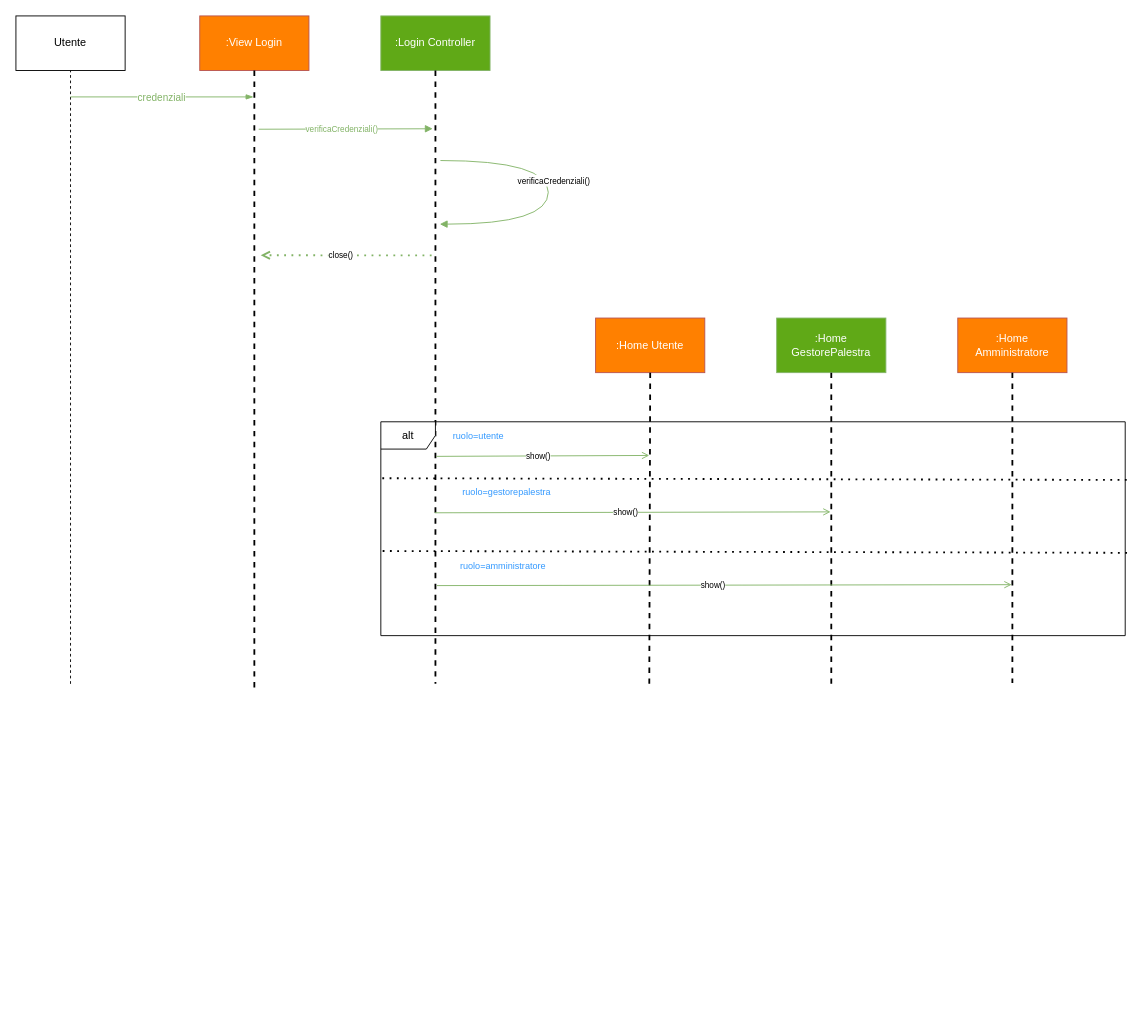
Above: Diagrammi_Sequenza/Login.drawio in JosephBoom02/Progetto_Ingegneria_del_Software (draw.io), before the change. Source tidied: cells renumbered, new cells numbered last; positions are measured from the earlier drawing's top-left corner, leaving out a move shared by most shapes. Both pictures are drawn from the tidied source at 91%, with x=0, y=0 at pixel (15, 15).
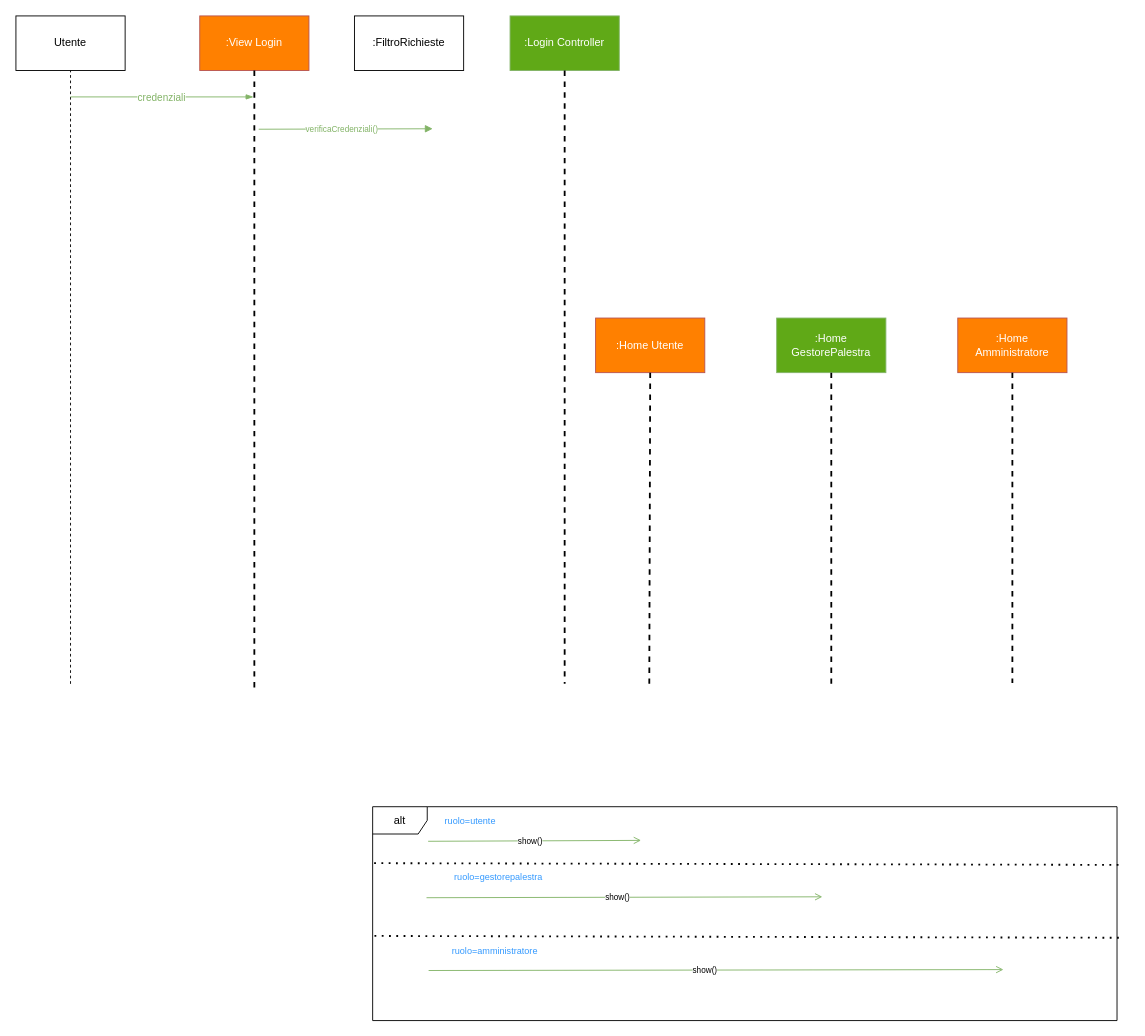
The same diagram, later.

Change to the diagram source:
```diff
@@
     <mxCell id="3" value="&lt;font color=&quot;#ffffff&quot;&gt;:Login Controller&lt;/font&gt;" style="rounded=0;whiteSpace=wrap;html=1;fillColor=#60A917;strokeColor=#82b366;" parent="1" vertex="1">
-      <mxGeometry x="401" width="120" height="60" as="geometry" />
+      <mxGeometry x="543" width="120" height="60" as="geometry" />
     </mxCell>
@@
     <mxCell id="5" style="endArrow=none;dashed=1;html=1;strokeWidth=2;rounded=0;" parent="1" edge="1" source="3">
       <mxGeometry relative="1" as="geometry">
-        <mxPoint x="461" y="734" as="targetPoint" />
+        <mxPoint x="603" y="734" as="targetPoint" />
       </mxGeometry>
     </mxCell>
@@
-    <mxCell id="8" style="endArrow=block;html=1;rounded=0;fillColor=#d5e8d4;strokeColor=#82b366;endFill=1;exitX=0.25;exitY=0;exitDx=0;exitDy=0;edgeStyle=orthogonalEdgeStyle;curved=1;entryX=0.617;entryY=0.063;entryDx=0;entryDy=0;entryPerimeter=0;" parent="1" edge="1">
-      <mxGeometry relative="1" as="geometry">
-        <mxPoint x="466.5" y="158.9" as="sourcePoint" />
-        <mxPoint x="465.8" y="228.8" as="targetPoint" />
-        <Array as="points">
-          <mxPoint x="585" y="159" />
-          <mxPoint x="585" y="229" />
-        </Array>
-      </mxGeometry>
-    </mxCell>
-    <mxCell id="9" value="&lt;font style=&quot;font-size: 9px;&quot;&gt;verificaCredenziali()&lt;/font&gt;" style="edgeLabel;html=1;align=center;verticalAlign=middle;" parent="8" vertex="1">
-      <mxGeometry x="-0.09" y="1" relative="1" as="geometry">
-        <mxPoint x="4" as="offset" />
-      </mxGeometry>
-    </mxCell>
-    <mxCell id="10" style="endArrow=open;dashed=1;html=1;dashPattern=1 3;strokeWidth=2;rounded=0;endFill=0;fillColor=#d5e8d4;strokeColor=#82b366;exitX=0.797;exitY=0.885;exitDx=0;exitDy=0;exitPerimeter=0;" parent="1" edge="1">
-      <mxGeometry relative="1" as="geometry">
-        <mxPoint x="456.8" y="263.1" as="sourcePoint" />
-        <mxPoint x="269" y="263" as="targetPoint" />
-      </mxGeometry>
-    </mxCell>
-    <mxCell id="11" value="&lt;font style=&quot;font-size: 9px;&quot;&gt;close()&lt;/font&gt;" style="edgeLabel;html=1;align=center;verticalAlign=middle;" parent="10" vertex="1">
-      <mxGeometry x="0.06" y="-1" relative="1" as="geometry" />
-    </mxCell>
@@
     <mxCell id="18" value="alt" style="shape=umlFrame;whiteSpace=wrap;html=1;" parent="1" vertex="1">
-      <mxGeometry x="401" y="446" width="818" height="235" as="geometry" />
+      <mxGeometry x="392" y="869" width="818" height="235" as="geometry" />
     </mxCell>
     <mxCell id="19" style="endArrow=open;startArrow=none;html=1;rounded=0;startFill=0;endFill=0;fillColor=#d5e8d4;strokeColor=#82b366;" parent="1" edge="1">
       <mxGeometry relative="1" as="geometry">
-        <mxPoint x="462" y="484" as="sourcePoint" />
-        <mxPoint x="696" y="483" as="targetPoint" />
+        <mxPoint x="453" y="907" as="sourcePoint" />
+        <mxPoint x="687" y="906" as="targetPoint" />
       </mxGeometry>
     </mxCell>
@@
     <mxCell id="22" value="&lt;font color=&quot;#3399ff&quot; style=&quot;font-size: 10px;&quot;&gt;ruolo=utente&lt;/font&gt;" style="text;html=1;align=center;verticalAlign=middle;strokeColor=none;fillColor=none;" parent="1" vertex="1">
-      <mxGeometry x="460.2" y="446" width="96" height="29" as="geometry" />
+      <mxGeometry x="451.2" y="869" width="96" height="29" as="geometry" />
     </mxCell>
     <mxCell id="23" style="endArrow=none;dashed=1;html=1;dashPattern=1 3;strokeWidth=2;rounded=0;exitX=0.002;exitY=0.264;exitDx=0;exitDy=0;exitPerimeter=0;entryX=1.003;entryY=0.272;entryDx=0;entryDy=0;entryPerimeter=0;" parent="1" edge="1">
       <mxGeometry relative="1" as="geometry">
-        <mxPoint x="403" y="588" as="sourcePoint" />
-        <mxPoint x="1221" y="590" as="targetPoint" />
+        <mxPoint x="394" y="1011" as="sourcePoint" />
+        <mxPoint x="1212" y="1013" as="targetPoint" />
       </mxGeometry>
     </mxCell>
     <mxCell id="24" style="endArrow=open;startArrow=none;html=1;rounded=0;startFill=0;endFill=0;fillColor=#d5e8d4;strokeColor=#82b366;" parent="1" edge="1">
       <mxGeometry relative="1" as="geometry">
-        <mxPoint x="460.2" y="546" as="sourcePoint" />
-        <mxPoint x="895.2" y="545" as="targetPoint" />
+        <mxPoint x="451.2" y="969" as="sourcePoint" />
+        <mxPoint x="886.2" y="968" as="targetPoint" />
       </mxGeometry>
     </mxCell>
@@
     <mxCell id="26" value="&lt;font color=&quot;#3399ff&quot; style=&quot;font-size: 10px;&quot;&gt;ruolo=gestorepalestra&lt;br&gt;&lt;/font&gt;" style="text;html=1;align=center;verticalAlign=middle;strokeColor=none;fillColor=none;" parent="1" vertex="1">
-      <mxGeometry x="462.5" y="508" width="153" height="29" as="geometry" />
+      <mxGeometry x="453.5" y="931" width="153" height="29" as="geometry" />
     </mxCell>
     <mxCell id="27" style="endArrow=open;startArrow=none;html=1;rounded=0;startFill=0;endFill=0;fillColor=#d5e8d4;strokeColor=#82b366;" parent="1" edge="1">
       <mxGeometry relative="1" as="geometry">
-        <mxPoint x="462.5" y="626" as="sourcePoint" />
-        <mxPoint x="1094.2" y="625" as="targetPoint" />
+        <mxPoint x="453.5" y="1049" as="sourcePoint" />
+        <mxPoint x="1085.2" y="1048" as="targetPoint" />
       </mxGeometry>
     </mxCell>
@@
     <mxCell id="29" value="&lt;font color=&quot;#3399ff&quot; style=&quot;font-size: 10px;&quot;&gt;ruolo=amministratore&lt;/font&gt;" style="text;html=1;align=center;verticalAlign=middle;strokeColor=none;fillColor=none;" parent="1" vertex="1">
-      <mxGeometry x="479.2" y="591" width="112" height="26" as="geometry" />
+      <mxGeometry x="470.2" y="1014" width="112" height="26" as="geometry" />
     </mxCell>
@@
+    <mxCell id="34" value="&lt;div&gt;:FiltroRichieste&lt;/div&gt;" style="rounded=0;whiteSpace=wrap;html=1;" parent="1" vertex="1">
+      <mxGeometry x="372" width="120" height="60" as="geometry" />
+    </mxCell>
```
